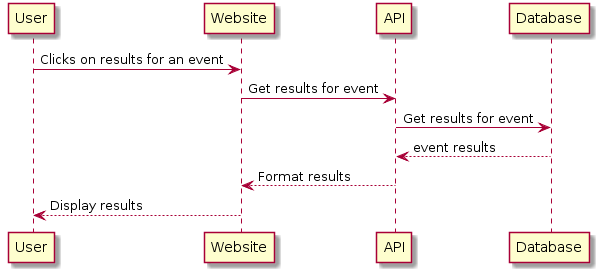
Above: images/get-athletes.png in skarning/krav-spec (PlantUML), before the change.
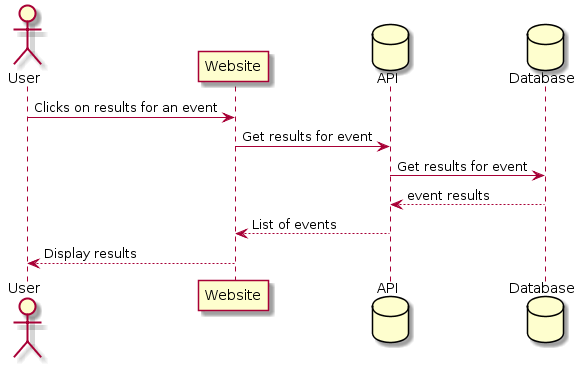
Above is the later version.

What changed in the source:
```diff
@@ -1,8 +1,13 @@
 @startuml
+actor User
+participant Website
+database API
+database Database
+
 User -> Website: Clicks on results for an event
 Website -> API: Get results for event
 API -> Database: Get results for event
 Database --> API: event results
-API --> Website: Format results
+API --> Website: List of events
 Website --> User: Display results
 @enduml
```
